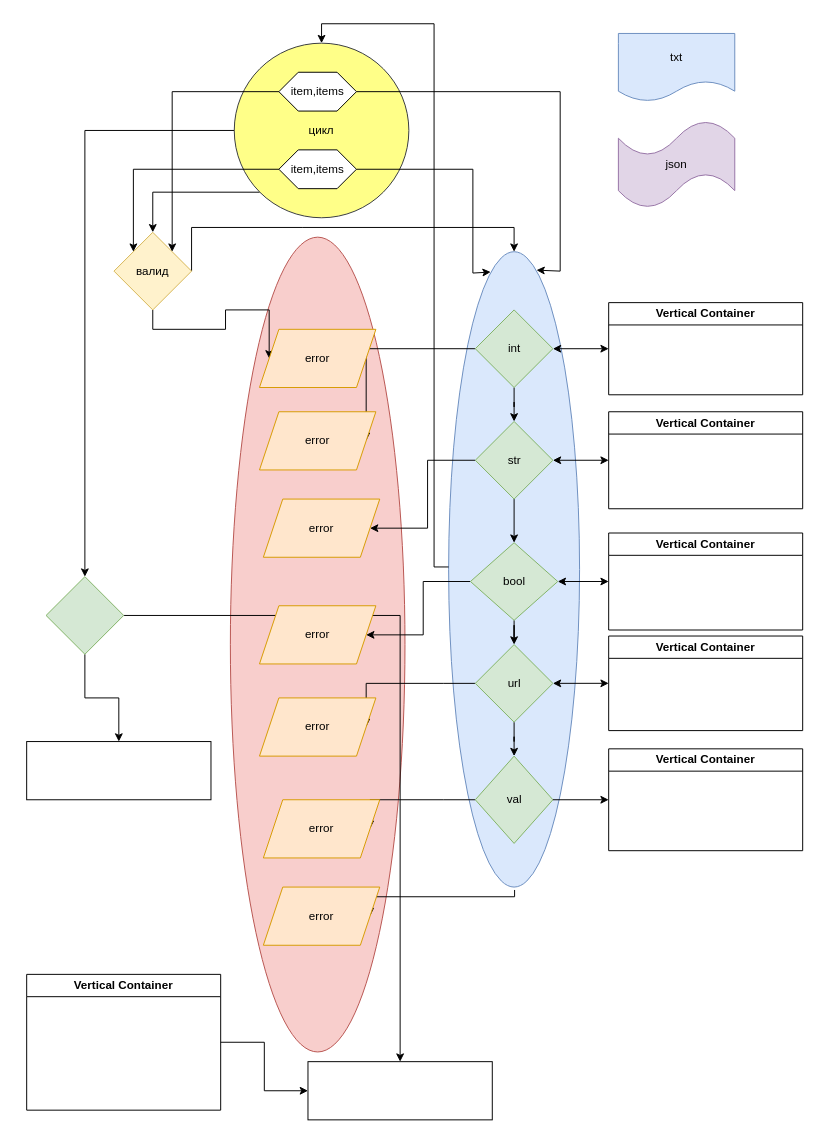
Earlier version of the draw.io diagram Practika15/practika15_2.drawio (KonstantinS007/PythonProject). Source tidied: cells renumbered, new cells numbered last; positions are measured from the earlier drawing's top-left corner, leaving out a move shared by most shapes. Both pictures are drawn from the tidied source at 97%, with x=0, y=0 at pixel (26, 23).
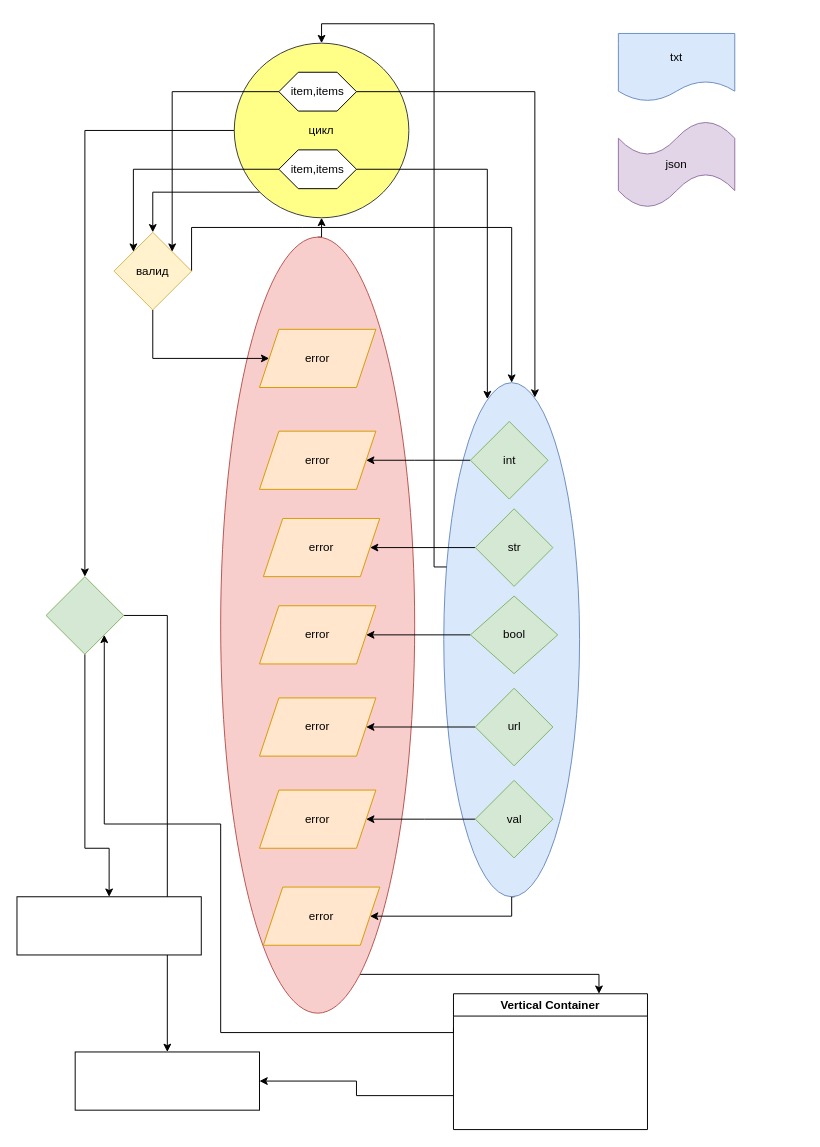
The same page after the edit.

Unchanged cells that the change refers to:
```xml
<mxCell id="9" value="валид" style="rhombus;whiteSpace=wrap;html=1;fillColor=#fff2cc;strokeColor=#d6b656;" parent="1" vertex="1">
  <mxGeometry x="90" y="215" width="80" height="80" as="geometry" />
</mxCell>
<mxCell id="23" value="error" style="shape=parallelogram;perimeter=parallelogramPerimeter;whiteSpace=wrap;html=1;fixedSize=1;fillColor=#ffe6cc;strokeColor=#d79b00;" parent="1" vertex="1">
  <mxGeometry x="240" y="695" width="120" height="60" as="geometry" />
</mxCell>
<mxCell id="27" value="цикл" style="ellipse;whiteSpace=wrap;html=1;fillColor=#ffff88;strokeColor=#36393d;" parent="1" vertex="1">
  <mxGeometry x="214" y="20" width="180" height="180" as="geometry" />
</mxCell>
<mxCell id="28" value="error" style="shape=parallelogram;perimeter=parallelogramPerimeter;whiteSpace=wrap;html=1;fixedSize=1;fillColor=#ffe6cc;strokeColor=#d79b00;" parent="1" vertex="1">
  <mxGeometry x="240" y="315" width="120" height="60" as="geometry" />
</mxCell>
<mxCell id="31" style="rhombus;whiteSpace=wrap;html=1;fillColor=#d5e8d4;strokeColor=#82b366;" parent="1" vertex="1">
  <mxGeometry x="20" y="570" width="80" height="80" as="geometry" />
</mxCell>
<mxCell id="35" value="error" style="shape=parallelogram;perimeter=parallelogramPerimeter;whiteSpace=wrap;html=1;fixedSize=1;fillColor=#ffe6cc;strokeColor=#d79b00;" parent="1" vertex="1">
  <mxGeometry x="244" y="890" width="120" height="60" as="geometry" />
</mxCell>
<mxCell id="38" value="item,items" style="shape=hexagon;perimeter=hexagonPerimeter2;whiteSpace=wrap;html=1;fixedSize=1;" parent="1" vertex="1">
  <mxGeometry x="260" y="50" width="80" height="40" as="geometry" />
</mxCell>
<mxCell id="41" value="item,items" style="shape=hexagon;perimeter=hexagonPerimeter2;whiteSpace=wrap;html=1;fixedSize=1;" parent="1" vertex="1">
  <mxGeometry x="260" y="130" width="80" height="40" as="geometry" />
</mxCell>
```

Change to the diagram source:
```diff
@@
+    <mxCell id="59" style="edgeStyle=orthogonalEdgeStyle;rounded=0;jettySize=auto;html=1;entryX=0.75;entryY=0;entryDx=0;entryDy=0;" parent="1" edge="1" source="2" target="58">
+      <mxGeometry relative="1" as="geometry">
+        <Array as="points">
+          <mxPoint x="590" y="980" />
+        </Array>
+      </mxGeometry>
+    </mxCell>
+    <mxCell id="60" style="edgeStyle=orthogonalEdgeStyle;rounded=0;jettySize=auto;html=1;exitX=0.5;exitY=0;exitDx=0;exitDy=0;entryX=0.5;entryY=1;entryDx=0;entryDy=0;" parent="1" edge="1" source="2" target="27">
+      <mxGeometry relative="1" as="geometry" />
+    </mxCell>
     <mxCell id="2" style="ellipse;whiteSpace=wrap;html=1;fillColor=#f8cecc;strokeColor=#b85450;" parent="1" vertex="1">
-      <mxGeometry x="210" y="220" width="180" height="840" as="geometry" />
+      <mxGeometry x="200" y="220" width="200" height="800" as="geometry" />
     </mxCell>
@@
     <mxCell id="4" style="ellipse;whiteSpace=wrap;html=1;fillColor=#dae8fc;strokeColor=#6c8ebf;" parent="1" vertex="1">
-      <mxGeometry x="435" y="235" width="135" height="655" as="geometry" />
+      <mxGeometry x="430" y="370" width="140" height="530" as="geometry" />
     </mxCell>
@@
     <mxCell id="7" style="edgeStyle=orthogonalEdgeStyle;rounded=0;jettySize=auto;html=1;exitX=0.5;exitY=1;exitDx=0;exitDy=0;entryX=0;entryY=0.5;entryDx=0;entryDy=0;" parent="1" edge="1" source="9" target="28">
-      <mxGeometry relative="1" as="geometry" />
+      <mxGeometry relative="1" as="geometry">
+        <Array as="points">
+          <mxPoint x="130" y="345" />
+        </Array>
+      </mxGeometry>
     </mxCell>
@@
-    <mxCell id="10" style="edgeStyle=orthogonalEdgeStyle;rounded=0;jettySize=auto;html=1;" parent="1" edge="1" source="12" target="49">
-      <mxGeometry relative="1" as="geometry" />
-    </mxCell>
     <mxCell id="11" style="edgeStyle=orthogonalEdgeStyle;rounded=0;jettySize=auto;html=1;entryX=1;entryY=0.5;entryDx=0;entryDy=0;" parent="1" edge="1" source="12" target="56">
-      <mxGeometry relative="1" as="geometry" />
+      <mxGeometry relative="1" as="geometry">
+        <Array as="points">
+          <mxPoint x="400" y="450" />
+          <mxPoint x="400" y="450" />
+        </Array>
+      </mxGeometry>
     </mxCell>
     <mxCell id="12" value="int" style="rhombus;whiteSpace=wrap;html=1;fillColor=#d5e8d4;strokeColor=#82b366;" parent="1" vertex="1">
-      <mxGeometry x="462.5" y="295" width="80" height="80" as="geometry" />
+      <mxGeometry x="457.5" y="410" width="80" height="80" as="geometry" />
     </mxCell>
-    <mxCell id="13" style="edgeStyle=orthogonalEdgeStyle;rounded=0;jettySize=auto;html=1;" parent="1" edge="1" source="49" target="48">
-      <mxGeometry relative="1" as="geometry" />
-    </mxCell>
@@
-    <mxCell id="15" style="edgeStyle=orthogonalEdgeStyle;rounded=0;jettySize=auto;html=1;" parent="1" edge="1" source="48" target="18">
-      <mxGeometry relative="1" as="geometry" />
-    </mxCell>
-    <mxCell id="16" style="edgeStyle=orthogonalEdgeStyle;rounded=0;jettySize=auto;html=1;" parent="1" edge="1" source="18" target="21">
-      <mxGeometry relative="1" as="geometry" />
-    </mxCell>
     <mxCell id="17" style="edgeStyle=orthogonalEdgeStyle;rounded=0;jettySize=auto;html=1;exitX=0;exitY=0.5;exitDx=0;exitDy=0;entryX=1;entryY=0.5;entryDx=0;entryDy=0;" parent="1" edge="1" source="18" target="23">
       <mxGeometry relative="1" as="geometry">
         <Array as="points">
-          <mxPoint x="430" y="680" />
-          <mxPoint x="430" y="680" />
+          <mxPoint x="458" y="725" />
         </Array>
       </mxGeometry>
     </mxCell>
     <mxCell id="18" value="url" style="rhombus;whiteSpace=wrap;html=1;fillColor=#d5e8d4;strokeColor=#82b366;" parent="1" vertex="1">
-      <mxGeometry x="462.5" y="640" width="80" height="80" as="geometry" />
+      <mxGeometry x="462.5" y="685" width="80" height="80" as="geometry" />
     </mxCell>
     <mxCell id="19" style="edgeStyle=orthogonalEdgeStyle;rounded=0;jettySize=auto;html=1;exitX=0;exitY=0.5;exitDx=0;exitDy=0;entryX=1;entryY=0.5;entryDx=0;entryDy=0;" parent="1" edge="1" source="21" target="24">
       <mxGeometry relative="1" as="geometry">
         <Array as="points">
-          <mxPoint x="430" y="800" />
-          <mxPoint x="430" y="800" />
+          <mxPoint x="410" y="820" />
+          <mxPoint x="410" y="820" />
         </Array>
       </mxGeometry>
     </mxCell>
-    <mxCell id="20" style="edgeStyle=orthogonalEdgeStyle;rounded=0;jettySize=auto;html=1;entryX=1;entryY=0.5;entryDx=0;entryDy=0;" parent="1" edge="1" target="35">
+    <mxCell id="20" style="edgeStyle=orthogonalEdgeStyle;rounded=0;jettySize=auto;html=1;entryX=1;entryY=0.5;entryDx=0;entryDy=0;exitX=0.5;exitY=1;exitDx=0;exitDy=0;" parent="1" edge="1" source="4" target="35">
       <mxGeometry relative="1" as="geometry">
-        <mxPoint x="503" y="893" as="sourcePoint" />
         <Array as="points">
-          <mxPoint x="503" y="900" />
+          <mxPoint x="500" y="920" />
         </Array>
       </mxGeometry>
     </mxCell>
     <mxCell id="21" value="val" style="rhombus;whiteSpace=wrap;html=1;fillColor=#d5e8d4;strokeColor=#82b366;" parent="1" vertex="1">
-      <mxGeometry x="462.5" y="755" width="80" height="90" as="geometry" />
+      <mxGeometry x="462.5" y="780" width="80" height="80" as="geometry" />
     </mxCell>
     <mxCell id="22" value="error" style="shape=parallelogram;perimeter=parallelogramPerimeter;whiteSpace=wrap;html=1;fixedSize=1;fillColor=#ffe6cc;strokeColor=#d79b00;" parent="1" vertex="1">
-      <mxGeometry x="244" y="490" width="120" height="60" as="geometry" />
+      <mxGeometry x="244" y="510" width="120" height="60" as="geometry" />
     </mxCell>
@@
     <mxCell id="24" value="error" style="shape=parallelogram;perimeter=parallelogramPerimeter;whiteSpace=wrap;html=1;fixedSize=1;fillColor=#ffe6cc;strokeColor=#d79b00;" parent="1" vertex="1">
-      <mxGeometry x="244" y="800" width="120" height="60" as="geometry" />
+      <mxGeometry x="240" y="790" width="120" height="60" as="geometry" />
     </mxCell>
@@
     <mxCell id="29" style="edgeStyle=orthogonalEdgeStyle;rounded=0;jettySize=auto;html=1;exitX=0.5;exitY=1;exitDx=0;exitDy=0;entryX=0.5;entryY=0;entryDx=0;entryDy=0;" parent="1" edge="1" source="31" target="32">
       <mxGeometry relative="1" as="geometry">
         <Array as="points">
-          <mxPoint x="60" y="695" />
-          <mxPoint x="95" y="695" />
+          <mxPoint x="60" y="850" />
+          <mxPoint x="85" y="850" />
         </Array>
       </mxGeometry>
     </mxCell>
@@
     <mxCell id="32" style="rounded=0;whiteSpace=wrap;html=1;" parent="1" vertex="1">
-      <mxGeometry y="740" width="190" height="60" as="geometry" />
+      <mxGeometry x="-10" y="900" width="190" height="60" as="geometry" />
     </mxCell>
     <mxCell id="33" style="rounded=0;whiteSpace=wrap;html=1;" parent="1" vertex="1">
-      <mxGeometry x="290" y="1070" width="190" height="60" as="geometry" />
+      <mxGeometry x="50" y="1060" width="190" height="60" as="geometry" />
     </mxCell>
@@
     <mxCell id="37" style="edgeStyle=orthogonalEdgeStyle;rounded=0;jettySize=auto;html=1;exitX=1;exitY=0.5;exitDx=0;exitDy=0;entryX=0.671;entryY=0.029;entryDx=0;entryDy=0;entryPerimeter=0;" parent="1" edge="1" source="38" target="4">
       <mxGeometry relative="1" as="geometry">
         <Array as="points">
-          <mxPoint x="550" y="70" />
-          <mxPoint x="550" y="255" />
+          <mxPoint x="524" y="70" />
         </Array>
       </mxGeometry>
     </mxCell>
@@
     <mxCell id="40" style="edgeStyle=orthogonalEdgeStyle;rounded=0;jettySize=auto;html=1;exitX=1;exitY=0.5;exitDx=0;exitDy=0;entryX=0.321;entryY=0.032;entryDx=0;entryDy=0;entryPerimeter=0;" parent="1" edge="1" source="41" target="4">
       <mxGeometry relative="1" as="geometry">
         <Array as="points">
-          <mxPoint x="460" y="150" />
-          <mxPoint x="460" y="257" />
+          <mxPoint x="475" y="150" />
         </Array>
       </mxGeometry>
     </mxCell>
@@
-    <mxCell id="42" value="Vertical Container" style="swimlane;whiteSpace=wrap;html=1;" parent="1" vertex="1">
-      <mxGeometry x="600" y="287.5" width="200" height="95" as="geometry" />
-    </mxCell>
-    <mxCell id="43" value="Vertical Container" style="swimlane;whiteSpace=wrap;html=1;" parent="1" vertex="1">
-      <mxGeometry x="600" y="400" width="200" height="100" as="geometry" />
-    </mxCell>
-    <mxCell id="44" value="Vertical Container" style="swimlane;whiteSpace=wrap;html=1;" parent="1" vertex="1">
-      <mxGeometry x="600" y="525" width="200" height="100" as="geometry" />
-    </mxCell>
-    <mxCell id="45" value="Vertical Container" style="swimlane;whiteSpace=wrap;html=1;" parent="1" vertex="1">
-      <mxGeometry x="600" y="631.2" width="200" height="97.5" as="geometry" />
-    </mxCell>
-    <mxCell id="46" value="Vertical Container" style="swimlane;whiteSpace=wrap;html=1;" parent="1" vertex="1">
-      <mxGeometry x="600" y="747.5" width="200" height="105" as="geometry" />
-    </mxCell>
@@
     <mxCell id="48" value="bool" style="rhombus;whiteSpace=wrap;html=1;fillColor=#d5e8d4;strokeColor=#82b366;" parent="1" vertex="1">
-      <mxGeometry x="457.5" y="535" width="90" height="80" as="geometry" />
+      <mxGeometry x="457.5" y="590" width="90" height="80" as="geometry" />
     </mxCell>
     <mxCell id="49" value="str" style="rhombus;whiteSpace=wrap;html=1;fillColor=#d5e8d4;strokeColor=#82b366;" parent="1" vertex="1">
-      <mxGeometry x="462.5" y="410" width="80" height="80" as="geometry" />
+      <mxGeometry x="462.5" y="500" width="80" height="80" as="geometry" />
     </mxCell>
@@
-    <mxCell id="51" style="endArrow=classic;startArrow=classic;html=1;rounded=0;exitX=1;exitY=0.5;exitDx=0;exitDy=0;entryX=0;entryY=0.5;entryDx=0;entryDy=0;" parent="1" edge="1" source="12" target="42">
-      <mxGeometry relative="1" as="geometry" />
-    </mxCell>
-    <mxCell id="52" style="endArrow=classic;startArrow=classic;html=1;rounded=0;exitX=1;exitY=0.5;exitDx=0;exitDy=0;entryX=0;entryY=0.5;entryDx=0;entryDy=0;" parent="1" edge="1" source="49" target="43">
-      <mxGeometry relative="1" as="geometry" />
-    </mxCell>
-    <mxCell id="53" style="endArrow=classic;startArrow=classic;html=1;rounded=0;exitX=1;exitY=0.5;exitDx=0;exitDy=0;entryX=0;entryY=0.5;entryDx=0;entryDy=0;" parent="1" edge="1" source="48" target="44">
-      <mxGeometry relative="1" as="geometry" />
-    </mxCell>
-    <mxCell id="54" style="endArrow=classic;startArrow=classic;html=1;rounded=0;exitX=1;exitY=0.5;exitDx=0;exitDy=0;entryX=0;entryY=0.5;entryDx=0;entryDy=0;" parent="1" edge="1" source="18" target="45">
-      <mxGeometry relative="1" as="geometry" />
-    </mxCell>
-    <mxCell id="55" style="endArrow=classic;startArrow=none;html=1;rounded=0;entryX=0;entryY=0.5;entryDx=0;entryDy=0;exitX=1;exitY=0.5;exitDx=0;exitDy=0;" parent="1" edge="1" source="21" target="46">
-      <mxGeometry relative="1" as="geometry" />
-    </mxCell>
     <mxCell id="56" value="error" style="shape=parallelogram;perimeter=parallelogramPerimeter;whiteSpace=wrap;html=1;fixedSize=1;fillColor=#ffe6cc;strokeColor=#d79b00;" parent="1" vertex="1">
-      <mxGeometry x="240" y="400" width="120" height="60" as="geometry" />
+      <mxGeometry x="240" y="420" width="120" height="60" as="geometry" />
     </mxCell>
-    <mxCell id="57" style="edgeStyle=orthogonalEdgeStyle;rounded=0;jettySize=auto;html=1;" parent="1" edge="1" source="58" target="33">
+    <mxCell id="57" style="edgeStyle=orthogonalEdgeStyle;rounded=0;jettySize=auto;html=1;exitX=0;exitY=0.75;exitDx=0;exitDy=0;" parent="1" edge="1" source="58" target="33">
       <mxGeometry relative="1" as="geometry" />
     </mxCell>
+    <mxCell id="61" style="edgeStyle=orthogonalEdgeStyle;rounded=0;jettySize=auto;html=1;exitX=0;exitY=0.25;exitDx=0;exitDy=0;entryX=1;entryY=1;entryDx=0;entryDy=0;" parent="1" edge="1" source="58" target="31">
+      <mxGeometry relative="1" as="geometry">
+        <Array as="points">
+          <mxPoint x="440" y="1040" />
+          <mxPoint x="200" y="1040" />
+          <mxPoint x="200" y="825" />
+          <mxPoint x="80" y="825" />
+        </Array>
+      </mxGeometry>
+    </mxCell>
     <mxCell id="58" value="Vertical Container" style="swimlane;whiteSpace=wrap;html=1;" parent="1" vertex="1">
-      <mxGeometry y="980" width="200" height="140" as="geometry" />
+      <mxGeometry x="440" y="1000" width="200" height="140" as="geometry" />
     </mxCell>
+    <mxCell id="62" style="edgeStyle=orthogonalEdgeStyle;rounded=0;orthogonalLoop=1;jettySize=auto;html=1;exitX=0.5;exitY=1;exitDx=0;exitDy=0;" parent="1" edge="1" source="2" target="2">
+      <mxGeometry relative="1" as="geometry" />
+    </mxCell>
```
